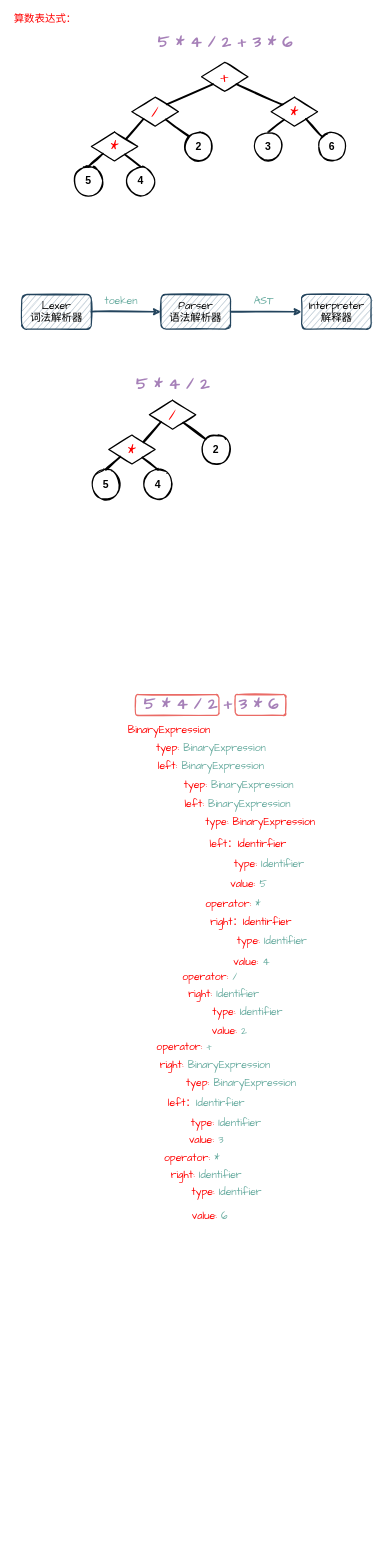
The draw.io diagram AST.drawio in C-wx/MindManager, before the edit. Source tidied: cells renumbered, new cells numbered last; positions are measured from the earlier drawing's top-left corner, leaving out a move shared by most shapes. Both pictures are drawn from the tidied source at 58%, with x=0, y=0 at pixel (10, 10).
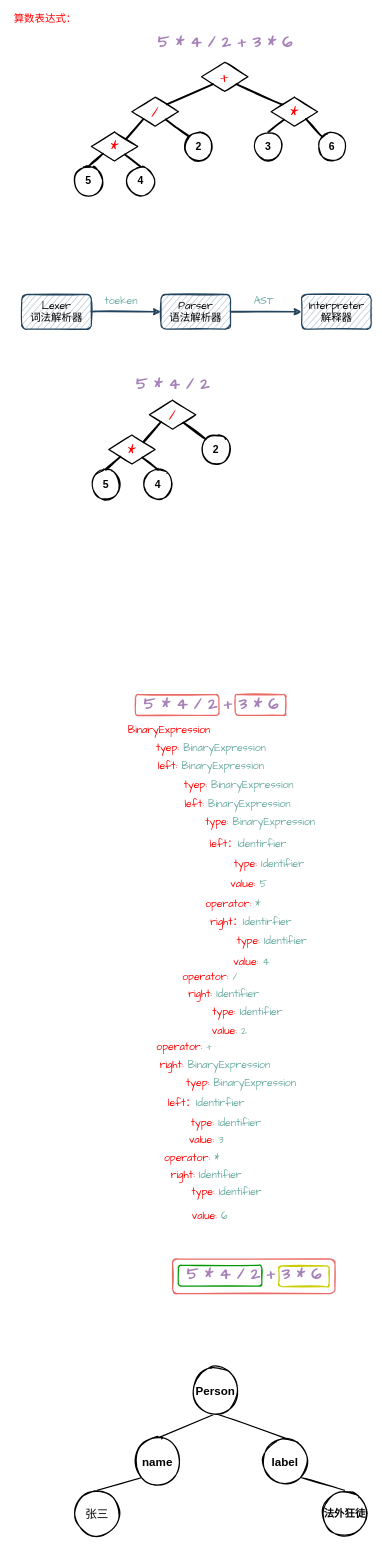
Above is the later version.

Unchanged cells that the change refers to:
```xml
<mxCell id="30" style="group;" parent="25" vertex="1">
  <mxGeometry x="96.5" y="127" width="239.5" height="417" as="geometry" />
</mxCell>
<mxCell id="40" style="group;" parent="39" vertex="1">
  <mxGeometry width="186" height="95" as="geometry" />
</mxCell>
<mxCell id="46" style="group;" parent="44" vertex="1">
  <mxGeometry y="30" width="191" height="95" as="geometry" />
</mxCell>
```

What changed in the source:
```diff
@@
+    <mxCell id="79" style="rounded=1;whiteSpace=wrap;html=1;fontFamily=Comic Sans MS;fontSize=18;fontColor=#FF0000;strokeWidth=2;shadow=0;sketch=1;strokeColor=#EA6B66;" parent="1" vertex="1">
+      <mxGeometry x="280" y="2153" width="280" height="60" as="geometry" />
+    </mxCell>
+    <mxCell id="80" style="rounded=1;whiteSpace=wrap;html=1;shadow=0;sketch=1;fontFamily=Comic Sans MS;fontSize=18;fontColor=#FF0000;strokeWidth=2;strokeColor=#CCCC00;" parent="1" vertex="1">
+      <mxGeometry x="463" y="2165" width="87" height="36" as="geometry" />
+    </mxCell>
+    <mxCell id="81" style="rounded=1;whiteSpace=wrap;html=1;fontFamily=Comic Sans MS;fontSize=18;fontColor=#006633;strokeWidth=2;shadow=0;sketch=1;strokeColor=#009900;" parent="1" vertex="1">
+      <mxGeometry x="290" y="2164" width="144" height="36" as="geometry" />
+    </mxCell>
@@
-    <mxCell id="32" value="type: BinaryExpression" style="text;html=1;align=center;verticalAlign=middle;strokeColor=none;fillColor=none;fontSize=18;fontFamily=Comic Sans MS;fontColor=#FF0000;" parent="30" vertex="1">
+    <mxCell id="32" value="type: &lt;font color=&quot;#67ab9f&quot;&gt;BinaryExpression&lt;/font&gt;" style="text;html=1;align=center;verticalAlign=middle;strokeColor=none;fillColor=none;fontSize=18;fontFamily=Comic Sans MS;fontColor=#FF0000;" parent="30" vertex="1">
       <mxGeometry x="36.5" y="32" width="203" height="26" as="geometry" />
     </mxCell>
@@
-    <mxCell id="41" value="left：Identirfier" style="text;html=1;align=center;verticalAlign=middle;strokeColor=none;fillColor=none;fontSize=18;fontFamily=Comic Sans MS;fontColor=#FF0000;" parent="40" vertex="1">
+    <mxCell id="41" value="left：&lt;font color=&quot;#67ab9f&quot;&gt;Identirfier&lt;/font&gt;" style="text;html=1;align=center;verticalAlign=middle;strokeColor=none;fillColor=none;fontSize=18;fontFamily=Comic Sans MS;fontColor=#FF0000;" parent="40" vertex="1">
       <mxGeometry width="155" height="26" as="geometry" />
     </mxCell>
@@
-    <mxCell id="47" value="right：Identirfier" style="text;html=1;align=center;verticalAlign=middle;strokeColor=none;fillColor=none;fontSize=18;fontFamily=Comic Sans MS;fontColor=#FF0000;" parent="46" vertex="1">
+    <mxCell id="47" value="right：&lt;font color=&quot;#67ab9f&quot;&gt;Identirfier&lt;/font&gt;" style="text;html=1;align=center;verticalAlign=middle;strokeColor=none;fillColor=none;fontSize=18;fontFamily=Comic Sans MS;fontColor=#FF0000;" parent="46" vertex="1">
       <mxGeometry width="165" height="26" as="geometry" />
     </mxCell>
@@
+    <mxCell id="82" style="rounded=0;jettySize=auto;html=1;exitX=0.5;exitY=1;exitDx=0;exitDy=0;entryX=0.5;entryY=0;entryDx=0;entryDy=0;fontSize=20;fontColor=#000000;strokeWidth=2;endArrow=none;endFill=0;sketch=1;" parent="1" edge="1" source="84" target="86">
+      <mxGeometry relative="1" as="geometry" />
+    </mxCell>
+    <mxCell id="83" style="rounded=0;jettySize=auto;html=1;exitX=0.5;exitY=1;exitDx=0;exitDy=0;entryX=0.5;entryY=0;entryDx=0;entryDy=0;fontSize=18;fontColor=#000000;strokeWidth=2;endArrow=none;endFill=0;sketch=1;" parent="1" edge="1" source="84" target="88">
+      <mxGeometry relative="1" as="geometry" />
+    </mxCell>
+    <mxCell id="84" value="Person" style="ellipse;whiteSpace=wrap;html=1;fontColor=#000000;fontSize=20;fontStyle=1;strokeWidth=2;sketch=1;" parent="1" vertex="1">
+      <mxGeometry x="314" y="2340" width="80" height="80" as="geometry" />
+    </mxCell>
+    <mxCell id="85" style="rounded=0;jettySize=auto;html=1;exitX=0;exitY=1;exitDx=0;exitDy=0;entryX=0.5;entryY=0;entryDx=0;entryDy=0;fontSize=20;fontColor=#000000;strokeWidth=2;endArrow=none;endFill=0;sketch=1;" parent="1" edge="1" source="86" target="89">
+      <mxGeometry relative="1" as="geometry" />
+    </mxCell>
+    <mxCell id="86" value="name" style="ellipse;whiteSpace=wrap;html=1;fontColor=#000000;fontSize=20;fontStyle=1;strokeWidth=2;sketch=1;" parent="1" vertex="1">
+      <mxGeometry x="214" y="2462" width="80" height="80" as="geometry" />
+    </mxCell>
+    <mxCell id="87" style="rounded=0;jettySize=auto;html=1;exitX=1;exitY=1;exitDx=0;exitDy=0;entryX=0.5;entryY=0;entryDx=0;entryDy=0;fontSize=18;fontColor=#000000;strokeWidth=2;endArrow=none;endFill=0;sketch=1;" parent="1" edge="1" source="88" target="90">
+      <mxGeometry relative="1" as="geometry" />
+    </mxCell>
+    <mxCell id="88" value="label" style="ellipse;whiteSpace=wrap;html=1;fontColor=#000000;fontSize=20;fontStyle=1;strokeWidth=2;sketch=1;" parent="1" vertex="1">
+      <mxGeometry x="434" y="2462" width="80" height="80" as="geometry" />
+    </mxCell>
+    <mxCell id="89" value="张三" style="ellipse;whiteSpace=wrap;html=1;fontSize=20;fontColor=#000000;strokeWidth=2;sketch=1;" parent="1" vertex="1">
+      <mxGeometry x="110" y="2552" width="80" height="80" as="geometry" />
+    </mxCell>
+    <mxCell id="90" value="&lt;font size=&quot;1&quot; style=&quot;&quot;&gt;&lt;b style=&quot;font-size: 18px;&quot;&gt;法外狂徒&lt;/b&gt;&lt;/font&gt;" style="ellipse;whiteSpace=wrap;html=1;fontColor=#000000;strokeWidth=2;sketch=1;" parent="1" vertex="1">
+      <mxGeometry x="536.5" y="2552" width="80" height="80" as="geometry" />
+    </mxCell>
+    <mxCell id="91" value="&lt;b style=&quot;color: rgb(166, 128, 184); font-size: 12px;&quot;&gt;&lt;font style=&quot;font-size: 28px;&quot; face=&quot;Comic Sans MS&quot;&gt;5 * 4 / 2 + 3 * 6&lt;/font&gt;&lt;/b&gt;" style="text;html=1;align=center;verticalAlign=middle;strokeColor=none;fillColor=none;fontSize=18;fontColor=#000000;" parent="1" vertex="1">
+      <mxGeometry x="290" y="2165" width="260" height="30" as="geometry" />
+    </mxCell>
```
